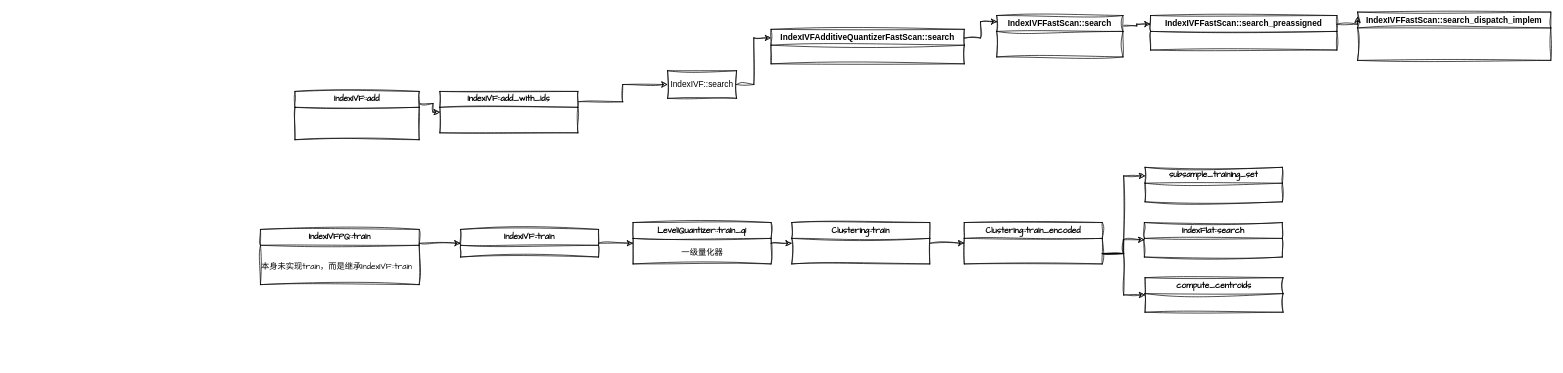
Before: faiss.drawio in beijingqiuchang/drawio, a draw.io diagram. Source tidied: cells renumbered, new cells numbered last; positions are measured from the earlier drawing's top-left corner, leaving out a move shared by most shapes. Both pictures are drawn from the tidied source at 69%, with x=0, y=0 at pixel (253, 12).
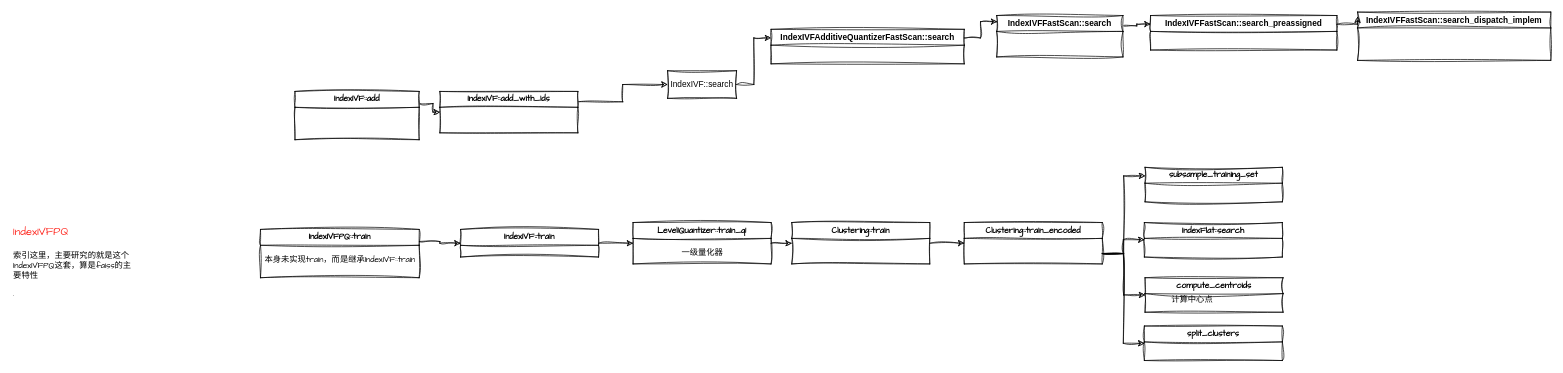
Above is the later version.

The change refers to these unchanged cells:
```xml
<mxCell id="28" value="Clustering::train_encoded" style="swimlane;whiteSpace=wrap;html=1;sketch=1;hachureGap=4;jiggle=2;curveFitting=1;fontFamily=Architects Daughter;" parent="1" vertex="1">
  <mxGeometry x="1030" y="305" width="200" height="60" as="geometry" />
</mxCell>
```

Diff of the diagram source:
```diff
@@
     <mxCell id="16" value="IndexIVFPQ::train" style="swimlane;whiteSpace=wrap;html=1;sketch=1;hachureGap=4;jiggle=2;curveFitting=1;fontFamily=Architects Daughter;" parent="1" vertex="1">
-      <mxGeometry x="10" y="315" width="230" height="80" as="geometry" />
+      <mxGeometry x="10" y="315" width="230" height="70" as="geometry" />
     </mxCell>
     <mxCell id="17" value="本身未实现train，而是继承IndexIVF::train" style="text;html=1;align=center;verticalAlign=middle;strokeColor=none;fillColor=none;fontFamily=Architects Daughter;" parent="16" vertex="1">
-      <mxGeometry x="-10" y="40" width="240" height="30" as="geometry" />
+      <mxGeometry x="-5" y="30" width="240" height="30" as="geometry" />
     </mxCell>
@@
+    <mxCell id="32" style="edgeStyle=orthogonalEdgeStyle;rounded=0;sketch=1;hachureGap=4;jiggle=2;curveFitting=1;jettySize=auto;html=1;exitX=1;exitY=0.75;exitDx=0;exitDy=0;entryX=0;entryY=0.5;entryDx=0;entryDy=0;fontFamily=Architects Daughter;" parent="1" edge="1" source="28" target="33">
+      <mxGeometry relative="1" as="geometry" />
+    </mxCell>
@@
+    <mxCell id="33" value="split_clusters" style="swimlane;whiteSpace=wrap;html=1;sketch=1;hachureGap=4;jiggle=2;curveFitting=1;fontFamily=Architects Daughter;" parent="1" vertex="1">
+      <mxGeometry x="1291" y="455" width="200" height="50" as="geometry" />
+    </mxCell>
+    <mxCell id="34" value="计算中心点" style="text;html=1;align=center;verticalAlign=middle;strokeColor=none;fillColor=none;fontFamily=Architects Daughter;" parent="1" vertex="1">
+      <mxGeometry x="1320" y="403" width="80" height="30" as="geometry" />
+    </mxCell>
+    <mxCell id="35" value="&lt;h1 style=&quot;margin-top: 0px;&quot;&gt;&lt;span style=&quot;color: rgb(254, 44, 36); font-size: 16px; font-weight: 400; background-color: rgb(255, 255, 255);&quot;&gt;&lt;font face=&quot;Comic Sans MS&quot;&gt;IndexIVFPQ&lt;/font&gt;&lt;/span&gt;&lt;/h1&gt;&lt;p&gt;索引这里，主要研究的就是这个IndexIVFPQ这套，算是faiss的主要特性&lt;/p&gt;&lt;p&gt;.&lt;/p&gt;" style="text;html=1;whiteSpace=wrap;overflow=hidden;rounded=0;fontFamily=Architects Daughter;" parent="1" vertex="1">
+      <mxGeometry x="-350" y="295" width="180" height="120" as="geometry" />
+    </mxCell>
```
